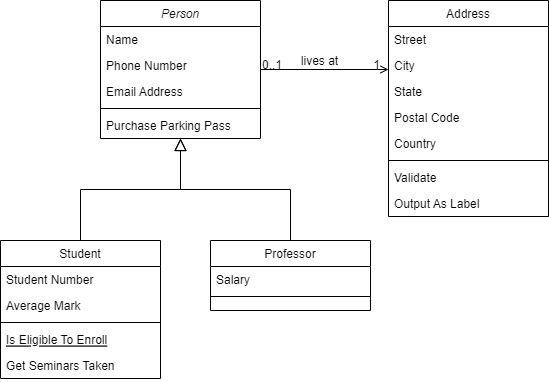
zainy0805/SE_Assignment_project keeps this draw.io diagram as UML class diagram.drawio.png. Above is the earlier version. Source tidied: cells renumbered, new cells last; positions are measured from the earlier drawing's top-left corner, leaving out a move shared by most shapes. Its diagram source:
```xml
<mxGraphModel>
  <root>
    <mxCell id="0" />
    <mxCell id="1" parent="0" />
    <mxCell id="2" value="Person" style="swimlane;fontStyle=2;align=center;verticalAlign=top;horizontal=1;startSize=26;rounded=0;shadow=0;strokeWidth=1;" parent="1" vertex="1">
      <mxGeometry x="100" width="160" height="138" as="geometry" />
    </mxCell>
    <mxCell id="3" value="Name" style="text;align=left;verticalAlign=top;spacingLeft=4;spacingRight=4;overflow=hidden;" parent="2" vertex="1">
      <mxGeometry y="26" width="160" height="26" as="geometry" />
    </mxCell>
    <mxCell id="4" value="Phone Number" style="text;align=left;verticalAlign=top;spacingLeft=4;spacingRight=4;overflow=hidden;rounded=0;shadow=0;html=0;" parent="2" vertex="1">
      <mxGeometry y="52" width="160" height="26" as="geometry" />
    </mxCell>
    <mxCell id="5" value="Email Address" style="text;align=left;verticalAlign=top;spacingLeft=4;spacingRight=4;overflow=hidden;rounded=0;shadow=0;html=0;" parent="2" vertex="1">
      <mxGeometry y="78" width="160" height="26" as="geometry" />
    </mxCell>
    <mxCell id="6" style="line;html=1;strokeWidth=1;align=left;verticalAlign=middle;spacingTop=-1;spacingLeft=3;spacingRight=3;labelPosition=right;" parent="2" vertex="1">
      <mxGeometry y="104" width="160" height="8" as="geometry" />
    </mxCell>
    <mxCell id="7" value="Purchase Parking Pass" style="text;align=left;verticalAlign=top;spacingLeft=4;spacingRight=4;overflow=hidden;" parent="2" vertex="1">
      <mxGeometry y="112" width="160" height="26" as="geometry" />
    </mxCell>
    <mxCell id="8" value="Student" style="swimlane;fontStyle=0;align=center;verticalAlign=top;horizontal=1;startSize=26;rounded=0;shadow=0;strokeWidth=1;" parent="1" vertex="1">
      <mxGeometry y="240" width="160" height="138" as="geometry" />
    </mxCell>
    <mxCell id="9" value="Student Number" style="text;align=left;verticalAlign=top;spacingLeft=4;spacingRight=4;overflow=hidden;" parent="8" vertex="1">
      <mxGeometry y="26" width="160" height="26" as="geometry" />
    </mxCell>
    <mxCell id="10" value="Average Mark" style="text;align=left;verticalAlign=top;spacingLeft=4;spacingRight=4;overflow=hidden;rounded=0;shadow=0;html=0;" parent="8" vertex="1">
      <mxGeometry y="52" width="160" height="26" as="geometry" />
    </mxCell>
    <mxCell id="11" style="line;html=1;strokeWidth=1;align=left;verticalAlign=middle;spacingTop=-1;spacingLeft=3;spacingRight=3;labelPosition=right;" parent="8" vertex="1">
      <mxGeometry y="78" width="160" height="8" as="geometry" />
    </mxCell>
    <mxCell id="12" value="Is Eligible To Enroll" style="text;align=left;verticalAlign=top;spacingLeft=4;spacingRight=4;overflow=hidden;fontStyle=4;" parent="8" vertex="1">
      <mxGeometry y="86" width="160" height="26" as="geometry" />
    </mxCell>
    <mxCell id="13" value="Get Seminars Taken" style="text;align=left;verticalAlign=top;spacingLeft=4;spacingRight=4;overflow=hidden;" parent="8" vertex="1">
      <mxGeometry y="112" width="160" height="26" as="geometry" />
    </mxCell>
    <mxCell id="14" style="endArrow=block;endSize=10;endFill=0;shadow=0;strokeWidth=1;rounded=0;curved=0;edgeStyle=elbowEdgeStyle;elbow=vertical;" parent="1" edge="1" source="8" target="2">
      <mxGeometry relative="1" as="geometry" />
    </mxCell>
    <mxCell id="15" value="Professor" style="swimlane;fontStyle=0;align=center;verticalAlign=top;horizontal=1;startSize=26;rounded=0;shadow=0;strokeWidth=1;" parent="1" vertex="1">
      <mxGeometry x="210" y="240" width="160" height="70" as="geometry" />
    </mxCell>
    <mxCell id="16" value="Salary" style="text;align=left;verticalAlign=top;spacingLeft=4;spacingRight=4;overflow=hidden;" parent="15" vertex="1">
      <mxGeometry y="26" width="160" height="26" as="geometry" />
    </mxCell>
    <mxCell id="17" style="line;html=1;strokeWidth=1;align=left;verticalAlign=middle;spacingTop=-1;spacingLeft=3;spacingRight=3;labelPosition=right;" parent="15" vertex="1">
      <mxGeometry y="52" width="160" height="8" as="geometry" />
    </mxCell>
    <mxCell id="18" style="endArrow=block;endSize=10;endFill=0;shadow=0;strokeWidth=1;rounded=0;curved=0;edgeStyle=elbowEdgeStyle;elbow=vertical;" parent="1" edge="1" source="15" target="2">
      <mxGeometry relative="1" as="geometry" />
    </mxCell>
    <mxCell id="19" value="Address" style="swimlane;fontStyle=0;align=center;verticalAlign=top;horizontal=1;startSize=26;rounded=0;shadow=0;strokeWidth=1;" parent="1" vertex="1">
      <mxGeometry x="388" width="160" height="216" as="geometry" />
    </mxCell>
    <mxCell id="20" value="Street" style="text;align=left;verticalAlign=top;spacingLeft=4;spacingRight=4;overflow=hidden;" parent="19" vertex="1">
      <mxGeometry y="26" width="160" height="26" as="geometry" />
    </mxCell>
    <mxCell id="21" value="City" style="text;align=left;verticalAlign=top;spacingLeft=4;spacingRight=4;overflow=hidden;rounded=0;shadow=0;html=0;" parent="19" vertex="1">
      <mxGeometry y="52" width="160" height="26" as="geometry" />
    </mxCell>
    <mxCell id="22" value="State" style="text;align=left;verticalAlign=top;spacingLeft=4;spacingRight=4;overflow=hidden;rounded=0;shadow=0;html=0;" parent="19" vertex="1">
      <mxGeometry y="78" width="160" height="26" as="geometry" />
    </mxCell>
    <mxCell id="23" value="Postal Code" style="text;align=left;verticalAlign=top;spacingLeft=4;spacingRight=4;overflow=hidden;rounded=0;shadow=0;html=0;" parent="19" vertex="1">
      <mxGeometry y="104" width="160" height="26" as="geometry" />
    </mxCell>
    <mxCell id="24" value="Country" style="text;align=left;verticalAlign=top;spacingLeft=4;spacingRight=4;overflow=hidden;rounded=0;shadow=0;html=0;" parent="19" vertex="1">
      <mxGeometry y="130" width="160" height="26" as="geometry" />
    </mxCell>
    <mxCell id="25" style="line;html=1;strokeWidth=1;align=left;verticalAlign=middle;spacingTop=-1;spacingLeft=3;spacingRight=3;labelPosition=right;" parent="19" vertex="1">
      <mxGeometry y="156" width="160" height="8" as="geometry" />
    </mxCell>
    <mxCell id="26" value="Validate" style="text;align=left;verticalAlign=top;spacingLeft=4;spacingRight=4;overflow=hidden;" parent="19" vertex="1">
      <mxGeometry y="164" width="160" height="26" as="geometry" />
    </mxCell>
    <mxCell id="27" value="Output As Label" style="text;align=left;verticalAlign=top;spacingLeft=4;spacingRight=4;overflow=hidden;" parent="19" vertex="1">
      <mxGeometry y="190" width="160" height="26" as="geometry" />
    </mxCell>
    <mxCell id="28" style="endArrow=open;shadow=0;strokeWidth=1;rounded=0;curved=0;endFill=1;edgeStyle=elbowEdgeStyle;elbow=vertical;" parent="1" edge="1" source="2" target="19">
      <mxGeometry x="0.5" y="41" relative="1" as="geometry">
        <mxPoint x="-40" y="32" as="offset" />
      </mxGeometry>
    </mxCell>
    <mxCell id="29" value="0..1" style="align=left;verticalAlign=bottom;labelBackgroundColor=none;fontSize=12;" parent="28" vertex="1">
      <mxGeometry x="-1" relative="1" as="geometry">
        <mxPoint y="4" as="offset" />
      </mxGeometry>
    </mxCell>
    <mxCell id="30" value="1" style="align=right;verticalAlign=bottom;labelBackgroundColor=none;fontSize=12;" parent="28" vertex="1">
      <mxGeometry x="1" relative="1" as="geometry">
        <mxPoint x="-7" y="4" as="offset" />
      </mxGeometry>
    </mxCell>
    <mxCell id="31" value="lives at" style="text;html=1;align=center;verticalAlign=middle;labelBackgroundColor=none;rounded=0;shadow=0;strokeWidth=1;fontSize=12;" parent="28" vertex="1">
      <mxGeometry x="0.5" y="49" relative="1" as="geometry">
        <mxPoint x="-38" y="40" as="offset" />
      </mxGeometry>
    </mxCell>
  </root>
</mxGraphModel>
```
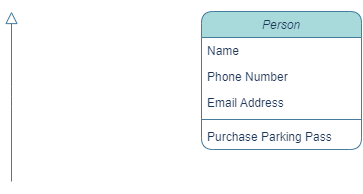
The same diagram one commit later.

The edit, as a diff of the source:
```diff
@@ -1,104 +1,30 @@
-<mxGraphModel>
+<mxGraphModel background="#ffffff">
   <root>
     <mxCell id="0" />
     <mxCell id="1" parent="0" />
-    <mxCell id="2" value="Person" style="swimlane;fontStyle=2;align=center;verticalAlign=top;horizontal=1;startSize=26;rounded=0;shadow=0;strokeWidth=1;" parent="1" vertex="1">
+    <mxCell id="2" value="Person" style="swimlane;fontStyle=2;align=center;verticalAlign=top;horizontal=1;startSize=26;rounded=1;shadow=0;strokeWidth=1;labelBackgroundColor=none;fillColor=#A8DADC;strokeColor=#457B9D;fontColor=#1D3557;" parent="1" vertex="1">
       <mxGeometry x="100" width="160" height="138" as="geometry" />
     </mxCell>
-    <mxCell id="3" value="Name" style="text;align=left;verticalAlign=top;spacingLeft=4;spacingRight=4;overflow=hidden;" parent="2" vertex="1">
+    <mxCell id="3" value="Name" style="text;align=left;verticalAlign=top;spacingLeft=4;spacingRight=4;overflow=hidden;rounded=1;labelBackgroundColor=none;fontColor=#1D3557;" parent="2" vertex="1">
       <mxGeometry y="26" width="160" height="26" as="geometry" />
     </mxCell>
-    <mxCell id="4" value="Phone Number" style="text;align=left;verticalAlign=top;spacingLeft=4;spacingRight=4;overflow=hidden;rounded=0;shadow=0;html=0;" parent="2" vertex="1">
+    <mxCell id="4" value="Phone Number" style="text;align=left;verticalAlign=top;spacingLeft=4;spacingRight=4;overflow=hidden;rounded=1;shadow=0;html=0;labelBackgroundColor=none;fontColor=#1D3557;" parent="2" vertex="1">
       <mxGeometry y="52" width="160" height="26" as="geometry" />
     </mxCell>
-    <mxCell id="5" value="Email Address" style="text;align=left;verticalAlign=top;spacingLeft=4;spacingRight=4;overflow=hidden;rounded=0;shadow=0;html=0;" parent="2" vertex="1">
+    <mxCell id="5" value="Email Address" style="text;align=left;verticalAlign=top;spacingLeft=4;spacingRight=4;overflow=hidden;rounded=1;shadow=0;html=0;labelBackgroundColor=none;fontColor=#1D3557;" parent="2" vertex="1">
       <mxGeometry y="78" width="160" height="26" as="geometry" />
     </mxCell>
-    <mxCell id="6" style="line;html=1;strokeWidth=1;align=left;verticalAlign=middle;spacingTop=-1;spacingLeft=3;spacingRight=3;labelPosition=right;" parent="2" vertex="1">
+    <mxCell id="6" style="line;html=1;strokeWidth=1;align=left;verticalAlign=middle;spacingTop=-1;spacingLeft=3;spacingRight=3;labelPosition=right;rounded=1;labelBackgroundColor=none;fillColor=#A8DADC;strokeColor=#457B9D;fontColor=#1D3557;" parent="2" vertex="1">
       <mxGeometry y="104" width="160" height="8" as="geometry" />
     </mxCell>
-    <mxCell id="7" value="Purchase Parking Pass" style="text;align=left;verticalAlign=top;spacingLeft=4;spacingRight=4;overflow=hidden;" parent="2" vertex="1">
+    <mxCell id="7" value="Purchase Parking Pass" style="text;align=left;verticalAlign=top;spacingLeft=4;spacingRight=4;overflow=hidden;rounded=1;labelBackgroundColor=none;fontColor=#1D3557;" parent="2" vertex="1">
       <mxGeometry y="112" width="160" height="26" as="geometry" />
     </mxCell>
-    <mxCell id="8" value="Student" style="swimlane;fontStyle=0;align=center;verticalAlign=top;horizontal=1;startSize=26;rounded=0;shadow=0;strokeWidth=1;" parent="1" vertex="1">
-      <mxGeometry y="240" width="160" height="138" as="geometry" />
-    </mxCell>
-    <mxCell id="9" value="Student Number" style="text;align=left;verticalAlign=top;spacingLeft=4;spacingRight=4;overflow=hidden;" parent="8" vertex="1">
-      <mxGeometry y="26" width="160" height="26" as="geometry" />
-    </mxCell>
-    <mxCell id="10" value="Average Mark" style="text;align=left;verticalAlign=top;spacingLeft=4;spacingRight=4;overflow=hidden;rounded=0;shadow=0;html=0;" parent="8" vertex="1">
-      <mxGeometry y="52" width="160" height="26" as="geometry" />
-    </mxCell>
-    <mxCell id="11" style="line;html=1;strokeWidth=1;align=left;verticalAlign=middle;spacingTop=-1;spacingLeft=3;spacingRight=3;labelPosition=right;" parent="8" vertex="1">
-      <mxGeometry y="78" width="160" height="8" as="geometry" />
-    </mxCell>
-    <mxCell id="12" value="Is Eligible To Enroll" style="text;align=left;verticalAlign=top;spacingLeft=4;spacingRight=4;overflow=hidden;fontStyle=4;" parent="8" vertex="1">
-      <mxGeometry y="86" width="160" height="26" as="geometry" />
-    </mxCell>
-    <mxCell id="13" value="Get Seminars Taken" style="text;align=left;verticalAlign=top;spacingLeft=4;spacingRight=4;overflow=hidden;" parent="8" vertex="1">
-      <mxGeometry y="112" width="160" height="26" as="geometry" />
-    </mxCell>
-    <mxCell id="14" style="endArrow=block;endSize=10;endFill=0;shadow=0;strokeWidth=1;rounded=0;curved=0;edgeStyle=elbowEdgeStyle;elbow=vertical;" parent="1" edge="1" source="8" target="2">
-      <mxGeometry relative="1" as="geometry" />
-    </mxCell>
-    <mxCell id="15" value="Professor" style="swimlane;fontStyle=0;align=center;verticalAlign=top;horizontal=1;startSize=26;rounded=0;shadow=0;strokeWidth=1;" parent="1" vertex="1">
-      <mxGeometry x="210" y="240" width="160" height="70" as="geometry" />
-    </mxCell>
-    <mxCell id="16" value="Salary" style="text;align=left;verticalAlign=top;spacingLeft=4;spacingRight=4;overflow=hidden;" parent="15" vertex="1">
-      <mxGeometry y="26" width="160" height="26" as="geometry" />
-    </mxCell>
-    <mxCell id="17" style="line;html=1;strokeWidth=1;align=left;verticalAlign=middle;spacingTop=-1;spacingLeft=3;spacingRight=3;labelPosition=right;" parent="15" vertex="1">
-      <mxGeometry y="52" width="160" height="8" as="geometry" />
-    </mxCell>
-    <mxCell id="18" style="endArrow=block;endSize=10;endFill=0;shadow=0;strokeWidth=1;rounded=0;curved=0;edgeStyle=elbowEdgeStyle;elbow=vertical;" parent="1" edge="1" source="15" target="2">
-      <mxGeometry relative="1" as="geometry" />
+    <mxCell id="18" style="endArrow=block;endSize=10;endFill=0;shadow=0;strokeWidth=1;rounded=1;curved=0;edgeStyle=elbowEdgeStyle;elbow=vertical;labelBackgroundColor=none;strokeColor=#457B9D;fontColor=default;" parent="1" edge="1">
+      <mxGeometry relative="1" as="geometry">
+        <mxPoint x="-90" y="170" as="sourcePoint" />
+        <mxPoint x="-90" as="targetPoint" />
+      </mxGeometry>
     </mxCell>
-    <mxCell id="19" value="Address" style="swimlane;fontStyle=0;align=center;verticalAlign=top;horizontal=1;startSize=26;rounded=0;shadow=0;strokeWidth=1;" parent="1" vertex="1">
-      <mxGeometry x="388" width="160" height="216" as="geometry" />
-    </mxCell>
-    <mxCell id="20" value="Street" style="text;align=left;verticalAlign=top;spacingLeft=4;spacingRight=4;overflow=hidden;" parent="19" vertex="1">
-      <mxGeometry y="26" width="160" height="26" as="geometry" />
-    </mxCell>
-    <mxCell id="21" value="City" style="text;align=left;verticalAlign=top;spacingLeft=4;spacingRight=4;overflow=hidden;rounded=0;shadow=0;html=0;" parent="19" vertex="1">
-      <mxGeometry y="52" width="160" height="26" as="geometry" />
-    </mxCell>
-    <mxCell id="22" value="State" style="text;align=left;verticalAlign=top;spacingLeft=4;spacingRight=4;overflow=hidden;rounded=0;shadow=0;html=0;" parent="19" vertex="1">
-      <mxGeometry y="78" width="160" height="26" as="geometry" />
-    </mxCell>
-    <mxCell id="23" value="Postal Code" style="text;align=left;verticalAlign=top;spacingLeft=4;spacingRight=4;overflow=hidden;rounded=0;shadow=0;html=0;" parent="19" vertex="1">
-      <mxGeometry y="104" width="160" height="26" as="geometry" />
-    </mxCell>
-    <mxCell id="24" value="Country" style="text;align=left;verticalAlign=top;spacingLeft=4;spacingRight=4;overflow=hidden;rounded=0;shadow=0;html=0;" parent="19" vertex="1">
-      <mxGeometry y="130" width="160" height="26" as="geometry" />
-    </mxCell>
-    <mxCell id="25" style="line;html=1;strokeWidth=1;align=left;verticalAlign=middle;spacingTop=-1;spacingLeft=3;spacingRight=3;labelPosition=right;" parent="19" vertex="1">
-      <mxGeometry y="156" width="160" height="8" as="geometry" />
-    </mxCell>
-    <mxCell id="26" value="Validate" style="text;align=left;verticalAlign=top;spacingLeft=4;spacingRight=4;overflow=hidden;" parent="19" vertex="1">
-      <mxGeometry y="164" width="160" height="26" as="geometry" />
-    </mxCell>
-    <mxCell id="27" value="Output As Label" style="text;align=left;verticalAlign=top;spacingLeft=4;spacingRight=4;overflow=hidden;" parent="19" vertex="1">
-      <mxGeometry y="190" width="160" height="26" as="geometry" />
-    </mxCell>
-    <mxCell id="28" style="endArrow=open;shadow=0;strokeWidth=1;rounded=0;curved=0;endFill=1;edgeStyle=elbowEdgeStyle;elbow=vertical;" parent="1" edge="1" source="2" target="19">
-      <mxGeometry x="0.5" y="41" relative="1" as="geometry">
-        <mxPoint x="-40" y="32" as="offset" />
-      </mxGeometry>
-    </mxCell>
-    <mxCell id="29" value="0..1" style="align=left;verticalAlign=bottom;labelBackgroundColor=none;fontSize=12;" parent="28" vertex="1">
-      <mxGeometry x="-1" relative="1" as="geometry">
-        <mxPoint y="4" as="offset" />
-      </mxGeometry>
-    </mxCell>
-    <mxCell id="30" value="1" style="align=right;verticalAlign=bottom;labelBackgroundColor=none;fontSize=12;" parent="28" vertex="1">
-      <mxGeometry x="1" relative="1" as="geometry">
-        <mxPoint x="-7" y="4" as="offset" />
-      </mxGeometry>
-    </mxCell>
-    <mxCell id="31" value="lives at" style="text;html=1;align=center;verticalAlign=middle;labelBackgroundColor=none;rounded=0;shadow=0;strokeWidth=1;fontSize=12;" parent="28" vertex="1">
-      <mxGeometry x="0.5" y="49" relative="1" as="geometry">
-        <mxPoint x="-38" y="40" as="offset" />
-      </mxGeometry>
-    </mxCell>
   </root>
 </mxGraphModel>
```
